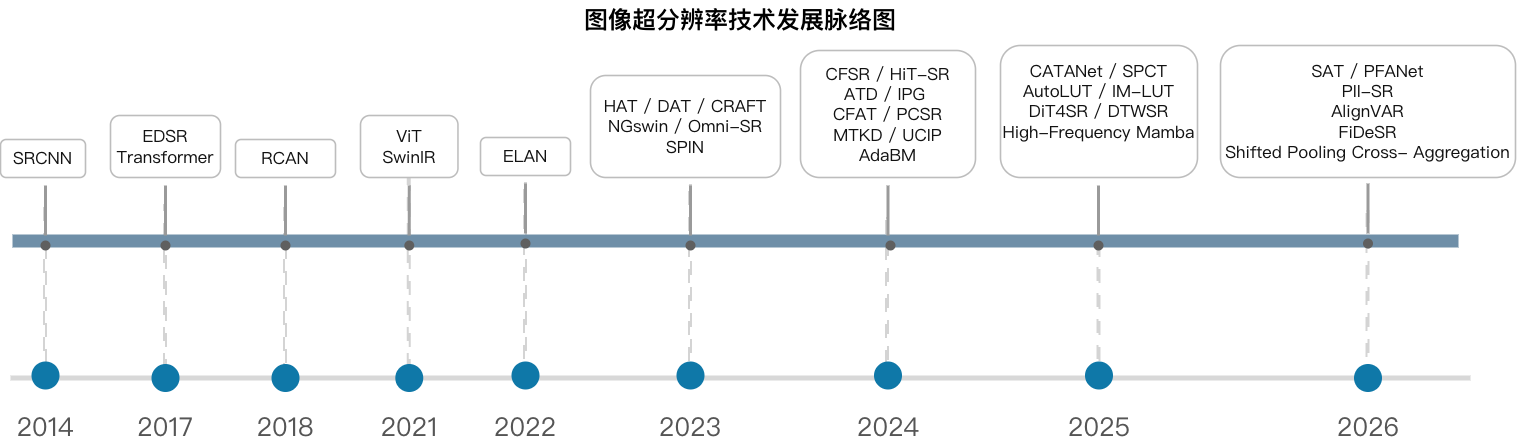
This is figures_png/fig2.png from nhh-7/catanet_pfa, a draw.io export, as it was before one commit. Source tidied: cells renumbered, new cells last; positions are measured from the earlier drawing's top-left corner, leaving out a move shared by most shapes. Source of this version:
```xml
<mxGraphModel>
  <root>
    <mxCell id="0" />
    <mxCell id="1" parent="0" />
    <mxCell id="2" style="endArrow=none;html=1;rounded=0;strokeColor=#d4d4d4;dashed=1;dashPattern=7 6;strokeWidth=2;" parent="1" vertex="1">
      <mxGeometry x="1366.5" y="211" width="2" height="162" as="geometry" />
    </mxCell>
    <mxCell id="3" style="endArrow=none;html=1;rounded=0;strokeColor=#d4d4d4;dashed=1;dashPattern=7 6;strokeWidth=2;" parent="1" vertex="1">
      <mxGeometry x="44" y="195" width="2" height="180" as="geometry" />
    </mxCell>
    <mxCell id="4" style="endArrow=none;html=1;rounded=0;strokeColor=#d4d4d4;dashed=1;dashPattern=7 6;strokeWidth=2;" parent="1" vertex="1">
      <mxGeometry x="164" y="205" width="2" height="170" as="geometry" />
    </mxCell>
    <mxCell id="5" style="endArrow=none;html=1;rounded=0;strokeColor=#d4d4d4;dashed=1;dashPattern=7 6;strokeWidth=2;" parent="1" vertex="1">
      <mxGeometry x="284" y="195" width="2" height="180" as="geometry" />
    </mxCell>
    <mxCell id="6" style="endArrow=none;html=1;rounded=0;strokeColor=#d4d4d4;dashed=1;dashPattern=7 6;strokeWidth=2;" parent="1" vertex="1">
      <mxGeometry x="407.8" y="127" width="2" height="248" as="geometry" />
    </mxCell>
    <mxCell id="7" style="endArrow=none;html=1;rounded=0;strokeColor=#d4d4d4;dashed=1;dashPattern=7 6;strokeWidth=2;" parent="1" vertex="1">
      <mxGeometry x="524" y="183" width="2" height="190" as="geometry" />
    </mxCell>
    <mxCell id="8" style="endArrow=none;html=1;rounded=0;strokeColor=#d4d4d4;dashed=1;dashPattern=7 6;strokeWidth=2;" parent="1" vertex="1">
      <mxGeometry x="689" y="185" width="2" height="190" as="geometry" />
    </mxCell>
    <mxCell id="9" style="endArrow=none;html=1;rounded=0;strokeColor=#d4d4d4;dashed=1;dashPattern=7 6;strokeWidth=2;" parent="1" vertex="1">
      <mxGeometry x="886" y="218" width="2" height="162" as="geometry" />
    </mxCell>
    <mxCell id="10" style="endArrow=none;html=1;rounded=0;strokeColor=#d4d4d4;dashed=1;dashPattern=7 6;strokeWidth=2;" parent="1" vertex="1">
      <mxGeometry x="1097.5" y="245" width="2" height="120" as="geometry" />
    </mxCell>
    <mxCell id="11" value="图像超分辨率技术发展脉络图" style="text;html=1;strokeColor=none;fillColor=none;align=center;verticalAlign=middle;whiteSpace=wrap;rounded=0;fontSize=24;fontStyle=1;fontFamily=Microsoft YaHei;" parent="1" vertex="1">
      <mxGeometry x="360" width="760" height="40" as="geometry" />
    </mxCell>
    <mxCell id="12" style="rounded=0;whiteSpace=wrap;html=1;fillColor=#d8d8d8;strokeColor=none;" parent="1" vertex="1">
      <mxGeometry x="10" y="375" width="1460" height="5" as="geometry" />
    </mxCell>
    <mxCell id="13" style="rounded=0;whiteSpace=wrap;html=1;fillColor=#6f8fa8;strokeColor=none;" parent="1" vertex="1">
      <mxGeometry x="12" y="234" width="1446" height="13" as="geometry" />
    </mxCell>
    <mxCell id="14" style="rounded=0;whiteSpace=wrap;html=1;fillColor=#9a9a9a;strokeColor=none;" parent="1" vertex="1">
      <mxGeometry x="43.5" y="185" width="3" height="50" as="geometry" />
    </mxCell>
    <mxCell id="15" style="ellipse;whiteSpace=wrap;html=1;fillColor=#5f5f5f;strokeColor=none;" parent="1" vertex="1">
      <mxGeometry x="40" y="240" width="10" height="10" as="geometry" />
    </mxCell>
    <mxCell id="16" style="ellipse;whiteSpace=wrap;html=1;fillColor=#0f78a8;strokeColor=none;" parent="1" vertex="1">
      <mxGeometry x="31" y="361" width="28" height="28" as="geometry" />
    </mxCell>
    <mxCell id="17" value="SRCNN" style="rounded=1;whiteSpace=wrap;html=1;fillColor=#ffffff;strokeColor=#bdbdbd;strokeWidth=1.6;align=center;verticalAlign=middle;fontSize=17;fontColor=#111111;fontFamily=Microsoft YaHei;" parent="1" vertex="1">
      <mxGeometry y="139" width="85" height="38" as="geometry" />
    </mxCell>
    <mxCell id="18" value="2014" style="text;html=1;strokeColor=none;fillColor=none;align=center;verticalAlign=middle;whiteSpace=wrap;rounded=0;fontSize=26;fontColor=#555555;fontFamily=Microsoft YaHei;" parent="1" vertex="1">
      <mxGeometry y="408" width="90" height="35" as="geometry" />
    </mxCell>
    <mxCell id="19" style="rounded=0;whiteSpace=wrap;html=1;fillColor=#9a9a9a;strokeColor=none;" parent="1" vertex="1">
      <mxGeometry x="163.5" y="185" width="3" height="50" as="geometry" />
    </mxCell>
    <mxCell id="20" style="ellipse;whiteSpace=wrap;html=1;fillColor=#5f5f5f;strokeColor=none;" parent="1" vertex="1">
      <mxGeometry x="160" y="240" width="10" height="10" as="geometry" />
    </mxCell>
    <mxCell id="21" style="ellipse;whiteSpace=wrap;html=1;fillColor=#0f78a8;strokeColor=none;" parent="1" vertex="1">
      <mxGeometry x="151" y="363.5" width="28" height="28" as="geometry" />
    </mxCell>
    <mxCell id="22" value="EDSR&lt;br&gt;Transformer" style="rounded=1;whiteSpace=wrap;html=1;fillColor=#ffffff;strokeColor=#bdbdbd;strokeWidth=1.6;align=center;verticalAlign=middle;fontSize=17;fontColor=#111111;fontFamily=Microsoft YaHei;" parent="1" vertex="1">
      <mxGeometry x="110" y="115" width="110" height="62" as="geometry" />
    </mxCell>
    <mxCell id="23" value="2017" style="text;html=1;strokeColor=none;fillColor=none;align=center;verticalAlign=middle;whiteSpace=wrap;rounded=0;fontSize=26;fontColor=#555555;fontFamily=Microsoft YaHei;" parent="1" vertex="1">
      <mxGeometry x="120" y="408" width="90" height="35" as="geometry" />
    </mxCell>
    <mxCell id="24" style="rounded=0;whiteSpace=wrap;html=1;fillColor=#9a9a9a;strokeColor=none;" parent="1" vertex="1">
      <mxGeometry x="283.5" y="185" width="3" height="50" as="geometry" />
    </mxCell>
    <mxCell id="25" style="ellipse;whiteSpace=wrap;html=1;fillColor=#5f5f5f;strokeColor=none;" parent="1" vertex="1">
      <mxGeometry x="280" y="240" width="10" height="10" as="geometry" />
    </mxCell>
    <mxCell id="26" style="ellipse;whiteSpace=wrap;html=1;fillColor=#0f78a8;strokeColor=none;" parent="1" vertex="1">
      <mxGeometry x="271" y="363.5" width="28" height="28" as="geometry" />
    </mxCell>
    <mxCell id="27" value="RCAN" style="rounded=1;whiteSpace=wrap;html=1;fillColor=#ffffff;strokeColor=#bdbdbd;strokeWidth=1.6;align=center;verticalAlign=middle;fontSize=17;fontColor=#111111;fontFamily=Microsoft YaHei;" parent="1" vertex="1">
      <mxGeometry x="235" y="139" width="100" height="38" as="geometry" />
    </mxCell>
    <mxCell id="28" value="2018" style="text;html=1;strokeColor=none;fillColor=none;align=center;verticalAlign=middle;whiteSpace=wrap;rounded=0;fontSize=26;fontColor=#555555;fontFamily=Microsoft YaHei;" parent="1" vertex="1">
      <mxGeometry x="240" y="408" width="90" height="35" as="geometry" />
    </mxCell>
    <mxCell id="29" style="rounded=0;whiteSpace=wrap;html=1;fillColor=#9a9a9a;strokeColor=none;" parent="1" vertex="1">
      <mxGeometry x="407.2" y="185" width="3" height="50" as="geometry" />
    </mxCell>
    <mxCell id="30" style="ellipse;whiteSpace=wrap;html=1;fillColor=#5f5f5f;strokeColor=none;" parent="1" vertex="1">
      <mxGeometry x="403.8" y="240" width="10" height="10" as="geometry" />
    </mxCell>
    <mxCell id="31" style="ellipse;whiteSpace=wrap;html=1;fillColor=#0f78a8;strokeColor=none;" parent="1" vertex="1">
      <mxGeometry x="394.8" y="363.5" width="28" height="28" as="geometry" />
    </mxCell>
    <mxCell id="32" value="ViT&lt;br&gt;SwinIR" style="rounded=1;whiteSpace=wrap;html=1;fillColor=#ffffff;strokeColor=#bdbdbd;strokeWidth=1.6;align=center;verticalAlign=middle;fontSize=17;fontColor=#111111;fontFamily=Microsoft YaHei;" parent="1" vertex="1">
      <mxGeometry x="360" y="115" width="97.5" height="62" as="geometry" />
    </mxCell>
    <mxCell id="33" value="2021" style="text;html=1;strokeColor=none;fillColor=none;align=center;verticalAlign=middle;whiteSpace=wrap;rounded=0;fontSize=26;fontColor=#555555;fontFamily=Microsoft YaHei;" parent="1" vertex="1">
      <mxGeometry x="363.8" y="408" width="90" height="35" as="geometry" />
    </mxCell>
    <mxCell id="34" style="rounded=0;whiteSpace=wrap;html=1;fillColor=#9a9a9a;strokeColor=none;" parent="1" vertex="1">
      <mxGeometry x="523.5" y="183" width="3" height="50" as="geometry" />
    </mxCell>
    <mxCell id="35" style="ellipse;whiteSpace=wrap;html=1;fillColor=#5f5f5f;strokeColor=none;" parent="1" vertex="1">
      <mxGeometry x="520" y="238" width="10" height="10" as="geometry" />
    </mxCell>
    <mxCell id="36" style="ellipse;whiteSpace=wrap;html=1;fillColor=#0f78a8;strokeColor=none;" parent="1" vertex="1">
      <mxGeometry x="511" y="361" width="28" height="28" as="geometry" />
    </mxCell>
    <mxCell id="37" value="ELAN" style="rounded=1;whiteSpace=wrap;html=1;fillColor=#ffffff;strokeColor=#bdbdbd;strokeWidth=1.6;align=center;verticalAlign=middle;fontSize=17;fontColor=#111111;fontFamily=Microsoft YaHei;" parent="1" vertex="1">
      <mxGeometry x="480" y="137" width="90" height="38" as="geometry" />
    </mxCell>
    <mxCell id="38" value="2022" style="text;html=1;strokeColor=none;fillColor=none;align=center;verticalAlign=middle;whiteSpace=wrap;rounded=0;fontSize=26;fontColor=#555555;fontFamily=Microsoft YaHei;" parent="1" vertex="1">
      <mxGeometry x="480" y="408" width="90" height="35" as="geometry" />
    </mxCell>
    <mxCell id="39" style="rounded=0;whiteSpace=wrap;html=1;fillColor=#9a9a9a;strokeColor=none;" parent="1" vertex="1">
      <mxGeometry x="688.5" y="185" width="3" height="50" as="geometry" />
    </mxCell>
    <mxCell id="40" style="ellipse;whiteSpace=wrap;html=1;fillColor=#5f5f5f;strokeColor=none;" parent="1" vertex="1">
      <mxGeometry x="685" y="240" width="10" height="10" as="geometry" />
    </mxCell>
    <mxCell id="41" style="ellipse;whiteSpace=wrap;html=1;fillColor=#0f78a8;strokeColor=none;" parent="1" vertex="1">
      <mxGeometry x="676" y="361" width="28" height="28" as="geometry" />
    </mxCell>
    <mxCell id="42" value="HAT / DAT / CRAFT&lt;br&gt;NGswin / Omni-SR&lt;br&gt;SPIN" style="rounded=1;whiteSpace=wrap;html=1;fillColor=#ffffff;strokeColor=#bdbdbd;strokeWidth=1.6;align=center;verticalAlign=middle;fontSize=17;fontColor=#111111;fontFamily=Microsoft YaHei;" parent="1" vertex="1">
      <mxGeometry x="590" y="75" width="190" height="102" as="geometry" />
    </mxCell>
    <mxCell id="43" value="2023" style="text;html=1;strokeColor=none;fillColor=none;align=center;verticalAlign=middle;whiteSpace=wrap;rounded=0;fontSize=26;fontColor=#555555;fontFamily=Microsoft YaHei;" parent="1" vertex="1">
      <mxGeometry x="645" y="408" width="90" height="35" as="geometry" />
    </mxCell>
    <mxCell id="44" style="rounded=0;whiteSpace=wrap;html=1;fillColor=#9a9a9a;strokeColor=none;" parent="1" vertex="1">
      <mxGeometry x="886" y="185" width="3" height="50" as="geometry" />
    </mxCell>
    <mxCell id="45" style="ellipse;whiteSpace=wrap;html=1;fillColor=#5f5f5f;strokeColor=none;" parent="1" vertex="1">
      <mxGeometry x="885" y="240" width="10" height="10" as="geometry" />
    </mxCell>
    <mxCell id="46" style="ellipse;whiteSpace=wrap;html=1;fillColor=#0f78a8;strokeColor=none;" parent="1" vertex="1">
      <mxGeometry x="873.5" y="361" width="28" height="28" as="geometry" />
    </mxCell>
    <mxCell id="47" value="CFSR / HiT-SR&lt;br&gt;ATD / IPG&amp;nbsp;&lt;div&gt;CFAT / PCSR&lt;/div&gt;&lt;div&gt;MTKD / UCIP&lt;br&gt;AdaBM&lt;/div&gt;" style="rounded=1;whiteSpace=wrap;html=1;fillColor=#ffffff;strokeColor=#bdbdbd;strokeWidth=1.6;align=center;verticalAlign=middle;fontSize=17;fontColor=#111111;fontFamily=Microsoft YaHei;" parent="1" vertex="1">
      <mxGeometry x="800" y="50" width="175" height="127" as="geometry" />
    </mxCell>
    <mxCell id="48" value="2024" style="text;html=1;strokeColor=none;fillColor=none;align=center;verticalAlign=middle;whiteSpace=wrap;rounded=0;fontSize=26;fontColor=#555555;fontFamily=Microsoft YaHei;" parent="1" vertex="1">
      <mxGeometry x="842.5" y="408" width="90" height="35" as="geometry" />
    </mxCell>
    <mxCell id="49" style="ellipse;whiteSpace=wrap;html=1;fillColor=#0f78a8;strokeColor=none;" parent="1" vertex="1">
      <mxGeometry x="1084.5" y="361" width="28" height="28" as="geometry" />
    </mxCell>
    <mxCell id="50" style="ellipse;whiteSpace=wrap;html=1;fillColor=#5f5f5f;strokeColor=none;" parent="1" vertex="1">
      <mxGeometry x="1093" y="240" width="10" height="10" as="geometry" />
    </mxCell>
    <mxCell id="51" value="CATANet / SPCT&lt;br&gt;AutoLUT / IM-LUT&lt;br&gt;DiT4SR / DTWSR&lt;div&gt;High-Frequency Mamba&lt;br&gt;&lt;div&gt;&lt;br&gt;&lt;/div&gt;&lt;/div&gt;" style="rounded=1;whiteSpace=wrap;html=1;fillColor=#ffffff;strokeColor=#bdbdbd;strokeWidth=1.6;align=center;verticalAlign=middle;fontSize=17;fontColor=#111111;fontFamily=Microsoft YaHei;" parent="1" vertex="1">
      <mxGeometry x="1000" y="45" width="197" height="132" as="geometry" />
    </mxCell>
    <mxCell id="52" value="2025" style="text;html=1;strokeColor=none;fillColor=none;align=center;verticalAlign=middle;whiteSpace=wrap;rounded=0;fontSize=26;fontColor=#555555;fontFamily=Microsoft YaHei;" parent="1" vertex="1">
      <mxGeometry x="1053.5" y="408" width="90" height="35" as="geometry" />
    </mxCell>
    <mxCell id="53" style="rounded=0;whiteSpace=wrap;html=1;fillColor=#9a9a9a;strokeColor=none;" parent="1" vertex="1">
      <mxGeometry x="1366" y="183" width="3" height="50" as="geometry" />
    </mxCell>
    <mxCell id="54" style="ellipse;whiteSpace=wrap;html=1;fillColor=#5f5f5f;strokeColor=none;" parent="1" vertex="1">
      <mxGeometry x="1362.5" y="238" width="10" height="10" as="geometry" />
    </mxCell>
    <mxCell id="55" style="ellipse;whiteSpace=wrap;html=1;fillColor=#0f78a8;strokeColor=none;" parent="1" vertex="1">
      <mxGeometry x="1353.5" y="363.5" width="28" height="28" as="geometry" />
    </mxCell>
    <mxCell id="56" value="SAT / PFANet&lt;br&gt;PII-SR&lt;br&gt;AlignVAR&lt;br&gt;FiDeSR&lt;div&gt;Shifted Pooling Cross- Aggregation&lt;/div&gt;" style="rounded=1;whiteSpace=wrap;html=1;fillColor=#ffffff;strokeColor=#bdbdbd;strokeWidth=1.6;align=center;verticalAlign=middle;fontSize=17;fontColor=#111111;fontFamily=Microsoft YaHei;fontStyle=0;" parent="1" vertex="1">
      <mxGeometry x="1220" y="45" width="295" height="132" as="geometry" />
    </mxCell>
    <mxCell id="57" value="2026" style="text;html=1;strokeColor=none;fillColor=none;align=center;verticalAlign=middle;whiteSpace=wrap;rounded=0;fontSize=26;fontColor=#555555;fontFamily=Microsoft YaHei;" parent="1" vertex="1">
      <mxGeometry x="1322.5" y="408" width="90" height="35" as="geometry" />
    </mxCell>
    <mxCell id="58" style="rounded=0;whiteSpace=wrap;html=1;fillColor=#9a9a9a;strokeColor=none;" parent="1" vertex="1">
      <mxGeometry x="1096.5" y="185" width="3" height="50" as="geometry" />
    </mxCell>
  </root>
</mxGraphModel>
```
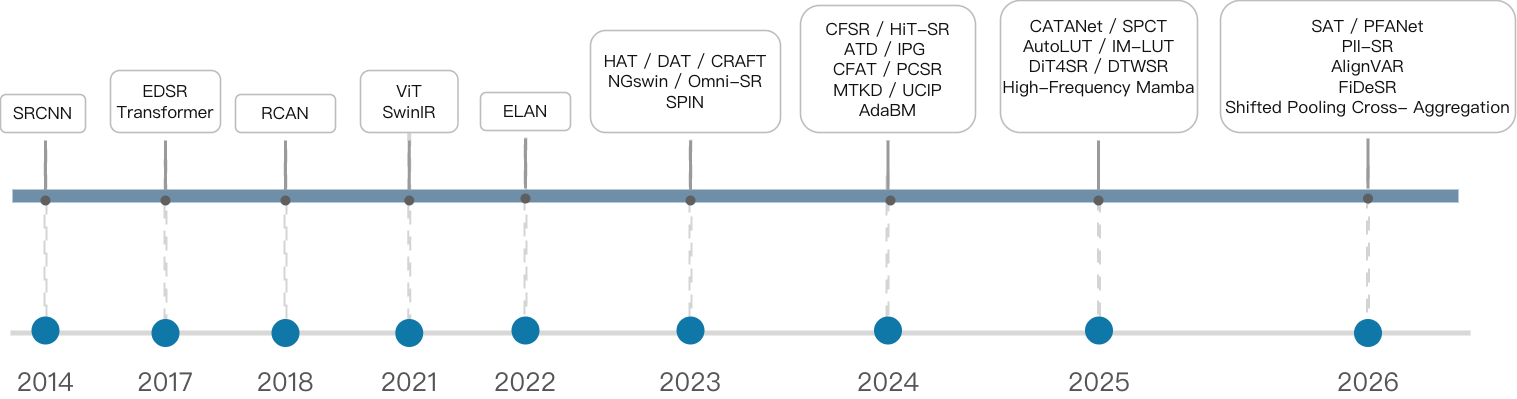
The same diagram one commit later.

What changed in the source:
```diff
@@ -29,9 +29,6 @@
     <mxCell id="10" style="endArrow=none;html=1;rounded=0;strokeColor=#d4d4d4;dashed=1;dashPattern=7 6;strokeWidth=2;" parent="1" vertex="1">
       <mxGeometry x="1097.5" y="245" width="2" height="120" as="geometry" />
     </mxCell>
-    <mxCell id="11" value="图像超分辨率技术发展脉络图" style="text;html=1;strokeColor=none;fillColor=none;align=center;verticalAlign=middle;whiteSpace=wrap;rounded=0;fontSize=24;fontStyle=1;fontFamily=Microsoft YaHei;" parent="1" vertex="1">
-      <mxGeometry x="360" width="760" height="40" as="geometry" />
-    </mxCell>
     <mxCell id="12" style="rounded=0;whiteSpace=wrap;html=1;fillColor=#d8d8d8;strokeColor=none;" parent="1" vertex="1">
       <mxGeometry x="10" y="375" width="1460" height="5" as="geometry" />
     </mxCell>
```
